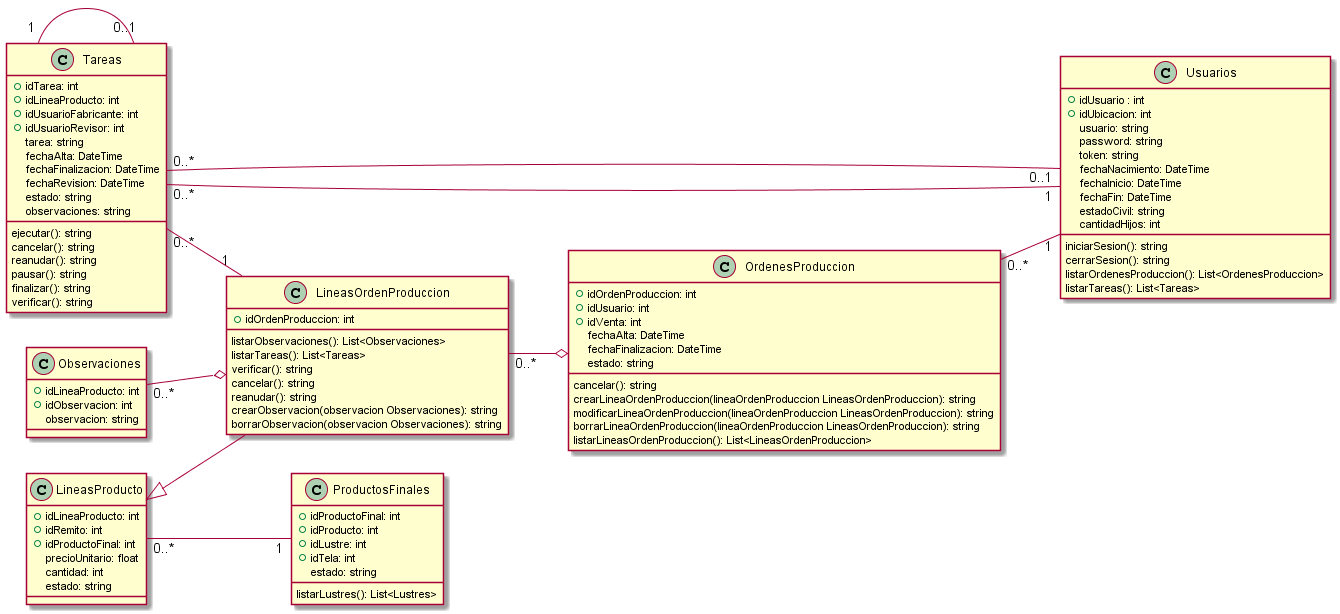
Above: Informe Final/Imagenes/DiagramaClases/Vistas/vistaProduccion.png in ZMGestion/DocumentacionZMGestion (PlantUML), before the change. Its diagram source:
```plantuml
@startuml vistaProduccion
class Usuarios {
   +idUsuario : int
   +idUbicacion: int
   usuario: string
   password: string
   token: string
   fechaNacimiento: DateTime
   fechaInicio: DateTime
   fechaFin: DateTime
   estadoCivil: string
   cantidadHijos: int

   iniciarSesion(): string
   cerrarSesion(): string
   listarOrdenesProduccion(): List<OrdenesProduccion>
   listarTareas(): List<Tareas>
}
class Tareas{
    +idTarea: int
    +idLineaProducto: int
    +idUsuarioFabricante: int
    +idUsuarioRevisor: int
    tarea: string
    fechaAlta: DateTime
    fechaFinalizacion: DateTime
    fechaRevision: DateTime
    estado: string
    observaciones: string

    ejecutar(): string
    cancelar(): string
    reanudar(): string
    pausar(): string
    finalizar(): string
    verificar(): string
}
class OrdenesProduccion{
    +idOrdenProduccion: int
    +idUsuario: int
    +idVenta: int
    fechaAlta: DateTime
    fechaFinalizacion: DateTime
    estado: string

    cancelar(): string
    crearLineaOrdenProduccion(lineaOrdenProduccion LineasOrdenProduccion): string
    modificarLineaOrdenProduccion(lineaOrdenProduccion LineasOrdenProduccion): string
    borrarLineaOrdenProduccion(lineaOrdenProduccion LineasOrdenProduccion): string
    listarLineasOrdenProduccion(): List<LineasOrdenProduccion>
}
class ProductosFinales{
    +idProductoFinal: int
    +idProducto: int
    +idLustre: int
    +idTela: int
    estado: string

    listarLustres(): List<Lustres>
}
class Observaciones{
    +idLineaProducto: int
    +idObservacion: int
    observacion: string
}
class LineasProducto{
    +idLineaProducto: int
    +idRemito: int
    +idProductoFinal: int
    precioUnitario: float
    cantidad: int
    estado: string
}
class LineasOrdenProduccion{
    +idOrdenProduccion: int

    listarObservaciones(): List<Observaciones>
    listarTareas(): List<Tareas>
    verificar(): string
    cancelar(): string
    reanudar(): string
    crearObservacion(observacion Observaciones): string
    borrarObservacion(observacion Observaciones): string
}


left to right direction
LineasProducto <|-- LineasOrdenProduccion
LineasOrdenProduccion "0..*"--o OrdenesProduccion
Tareas "0..*"--"1" Usuarios
Tareas "0..*"--"0..1" Usuarios
Tareas "0..*"--"1" LineasOrdenProduccion
Tareas "1"--"0..1" Tareas
Observaciones "0..*"--o LineasOrdenProduccion
LineasProducto "0..*"--"1" ProductosFinales
OrdenesProduccion "0..*" -- "1" Usuarios
@enduml
```
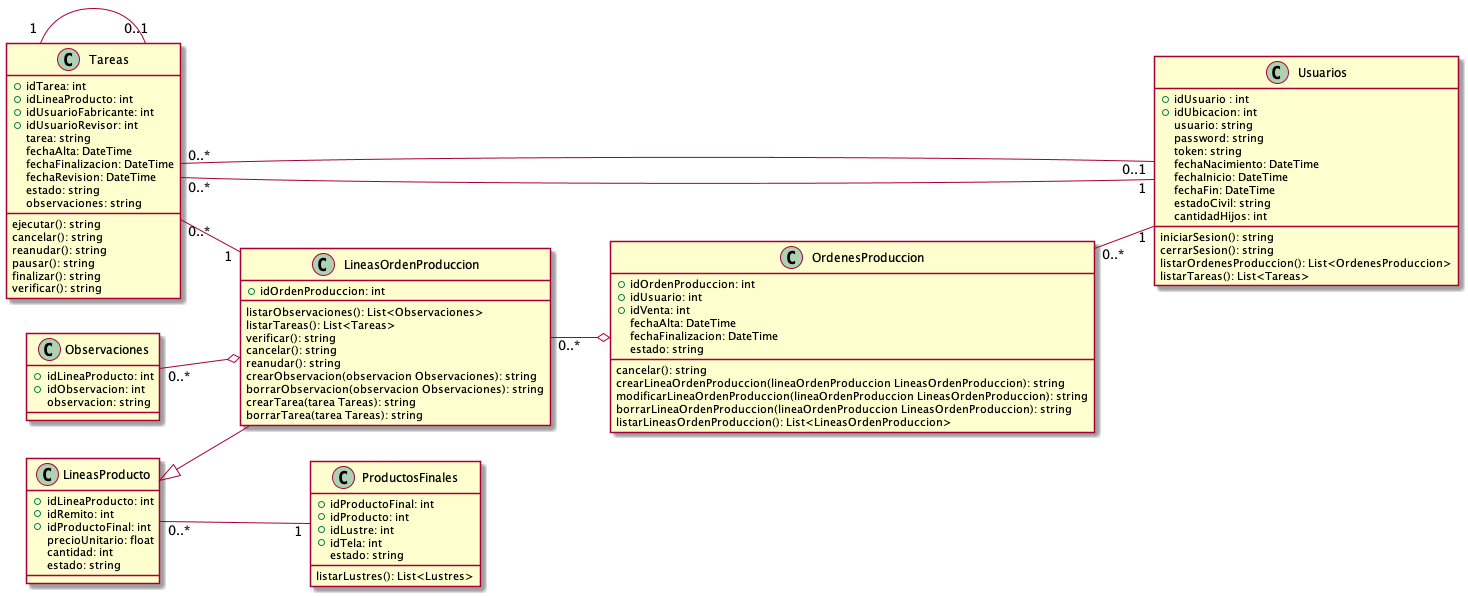
Later version of the same file.

Change to the diagram source:
```diff
@@ -34,6 +34,7 @@
     pausar(): string
     finalizar(): string
     verificar(): string
+
 }
 class OrdenesProduccion{
     +idOrdenProduccion: int
@@ -81,6 +82,8 @@
     reanudar(): string
     crearObservacion(observacion Observaciones): string
     borrarObservacion(observacion Observaciones): string
+    crearTarea(tarea Tareas): string
+    borrarTarea(tarea Tareas): string
 }
 
 
```
